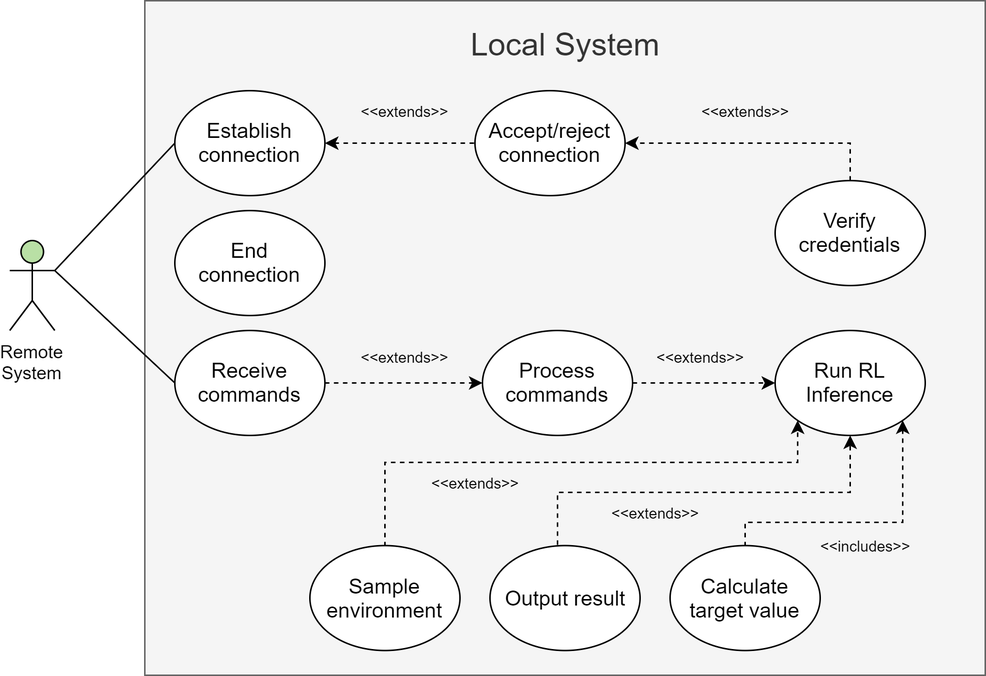
This is 2. Analysis/5. System Analysis/Local/Use Case/use_case_local.png from esrg-silent-howl/zephyrus, a draw.io export, as it was before one commit. Source tidied: cells renumbered, new cells last; positions are measured from the earlier drawing's top-left corner, leaving out a move shared by most shapes.
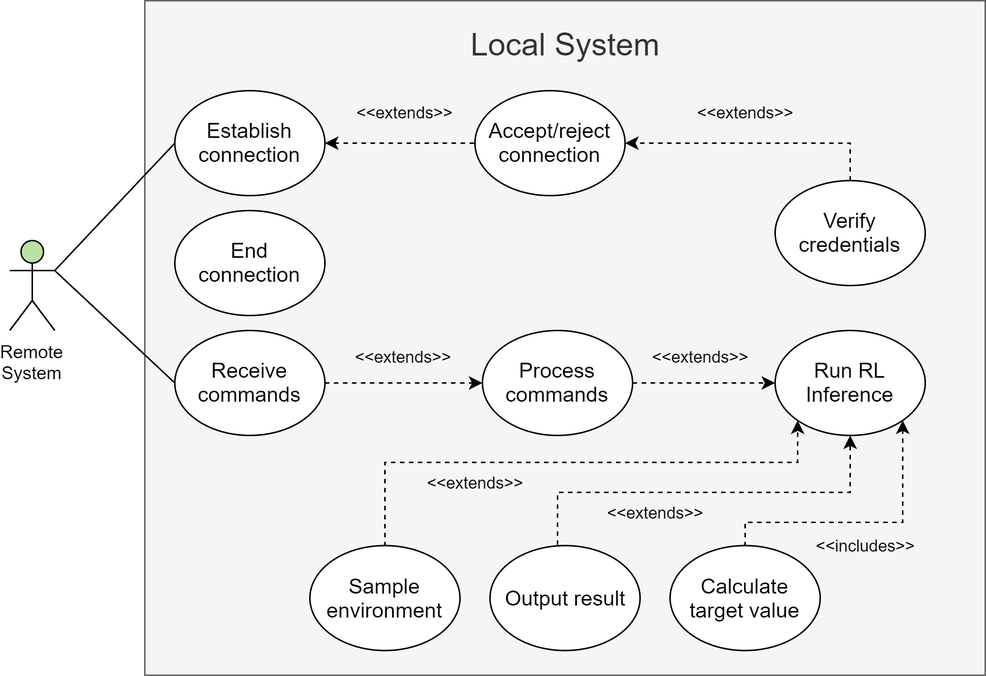
Later version of the same file.

Commit message:
FIX: Use Case Diagrams

What changed in the source:
```diff
@@ -38,10 +38,10 @@
     <mxCell id="13" value="Accept/reject connection" style="ellipse;whiteSpace=wrap;html=1;fontSize=14;" parent="1" vertex="1">
       <mxGeometry x="310" y="60" width="100" height="70" as="geometry" />
     </mxCell>
-    <mxCell id="14" value="&amp;lt;&amp;lt;extends&amp;gt;&amp;gt;" style="text;html=1;strokeColor=none;fillColor=none;align=center;verticalAlign=middle;whiteSpace=wrap;rounded=0;fontSize=10;rotation=0;" parent="1" vertex="1">
+    <mxCell id="14" value="&amp;lt;&amp;lt;extends&amp;gt;&amp;gt;" style="text;html=1;strokeColor=none;fillColor=none;align=center;verticalAlign=middle;whiteSpace=wrap;rounded=0;fontSize=11;rotation=0;" parent="1" vertex="1">
       <mxGeometry x="243" y="64" width="40" height="20" as="geometry" />
     </mxCell>
-    <mxCell id="15" value="&amp;lt;&amp;lt;extends&amp;gt;&amp;gt;" style="text;html=1;strokeColor=none;fillColor=none;align=center;verticalAlign=middle;whiteSpace=wrap;rounded=0;fontSize=10;rotation=0;" parent="1" vertex="1">
+    <mxCell id="15" value="&amp;lt;&amp;lt;extends&amp;gt;&amp;gt;" style="text;html=1;strokeColor=none;fillColor=none;align=center;verticalAlign=middle;whiteSpace=wrap;rounded=0;fontSize=11;rotation=0;" parent="1" vertex="1">
       <mxGeometry x="430" y="227.5" width="60" height="20" as="geometry" />
     </mxCell>
     <mxCell id="16" style="rounded=0;jettySize=auto;html=1;startArrow=none;startFill=0;endArrow=classic;endFill=1;dashed=1;entryX=1;entryY=0.5;entryDx=0;entryDy=0;exitX=0.5;exitY=0;exitDx=0;exitDy=0;" parent="1" edge="1" source="17" target="13">
@@ -79,7 +79,7 @@
     <mxCell id="22" value="Sample environment" style="ellipse;whiteSpace=wrap;html=1;fontSize=14;" parent="1" vertex="1">
       <mxGeometry x="200" y="363.5" width="100" height="70" as="geometry" />
     </mxCell>
-    <mxCell id="23" value="&amp;lt;&amp;lt;extends&amp;gt;&amp;gt;" style="text;html=1;strokeColor=none;fillColor=none;align=center;verticalAlign=middle;whiteSpace=wrap;rounded=0;fontSize=10;rotation=0;" parent="1" vertex="1">
+    <mxCell id="23" value="&amp;lt;&amp;lt;extends&amp;gt;&amp;gt;" style="text;html=1;strokeColor=none;fillColor=none;align=center;verticalAlign=middle;whiteSpace=wrap;rounded=0;fontSize=11;rotation=0;" parent="1" vertex="1">
       <mxGeometry x="280" y="311.5" width="60" height="20" as="geometry" />
     </mxCell>
     <mxCell id="24" value="End connection" style="ellipse;whiteSpace=wrap;html=1;fontSize=14;" parent="1" vertex="1">
@@ -96,16 +96,16 @@
     <mxCell id="26" value="Calculate target value" style="ellipse;whiteSpace=wrap;html=1;fontSize=14;" parent="1" vertex="1">
       <mxGeometry x="440" y="363.5" width="100" height="70" as="geometry" />
     </mxCell>
-    <mxCell id="27" value="&amp;lt;&amp;lt;includes&amp;gt;&amp;gt;" style="text;html=1;strokeColor=none;fillColor=none;align=center;verticalAlign=middle;whiteSpace=wrap;rounded=0;fontSize=10;rotation=0;" parent="1" vertex="1">
+    <mxCell id="27" value="&amp;lt;&amp;lt;includes&amp;gt;&amp;gt;" style="text;html=1;strokeColor=none;fillColor=none;align=center;verticalAlign=middle;whiteSpace=wrap;rounded=0;fontSize=11;rotation=0;" parent="1" vertex="1">
       <mxGeometry x="540" y="353.5" width="60" height="20" as="geometry" />
     </mxCell>
-    <mxCell id="28" value="&amp;lt;&amp;lt;extends&amp;gt;&amp;gt;" style="text;html=1;strokeColor=none;fillColor=none;align=center;verticalAlign=middle;whiteSpace=wrap;rounded=0;fontSize=10;rotation=0;" parent="1" vertex="1">
+    <mxCell id="28" value="&amp;lt;&amp;lt;extends&amp;gt;&amp;gt;" style="text;html=1;strokeColor=none;fillColor=none;align=center;verticalAlign=middle;whiteSpace=wrap;rounded=0;fontSize=11;rotation=0;" parent="1" vertex="1">
       <mxGeometry x="460" y="64" width="60" height="20" as="geometry" />
     </mxCell>
-    <mxCell id="29" value="&amp;lt;&amp;lt;extends&amp;gt;&amp;gt;" style="text;html=1;strokeColor=none;fillColor=none;align=center;verticalAlign=middle;whiteSpace=wrap;rounded=0;fontSize=10;rotation=0;" parent="1" vertex="1">
+    <mxCell id="29" value="&amp;lt;&amp;lt;extends&amp;gt;&amp;gt;" style="text;html=1;strokeColor=none;fillColor=none;align=center;verticalAlign=middle;whiteSpace=wrap;rounded=0;fontSize=11;rotation=0;" parent="1" vertex="1">
       <mxGeometry x="235.5" y="227.5" width="54" height="20" as="geometry" />
     </mxCell>
-    <mxCell id="30" value="&amp;lt;&amp;lt;extends&amp;gt;&amp;gt;" style="text;html=1;strokeColor=none;fillColor=none;align=center;verticalAlign=middle;whiteSpace=wrap;rounded=0;fontSize=10;rotation=0;" parent="1" vertex="1">
+    <mxCell id="30" value="&amp;lt;&amp;lt;extends&amp;gt;&amp;gt;" style="text;html=1;strokeColor=none;fillColor=none;align=center;verticalAlign=middle;whiteSpace=wrap;rounded=0;fontSize=11;rotation=0;" parent="1" vertex="1">
       <mxGeometry x="400" y="331.5" width="60" height="20" as="geometry" />
     </mxCell>
   </root>
```
